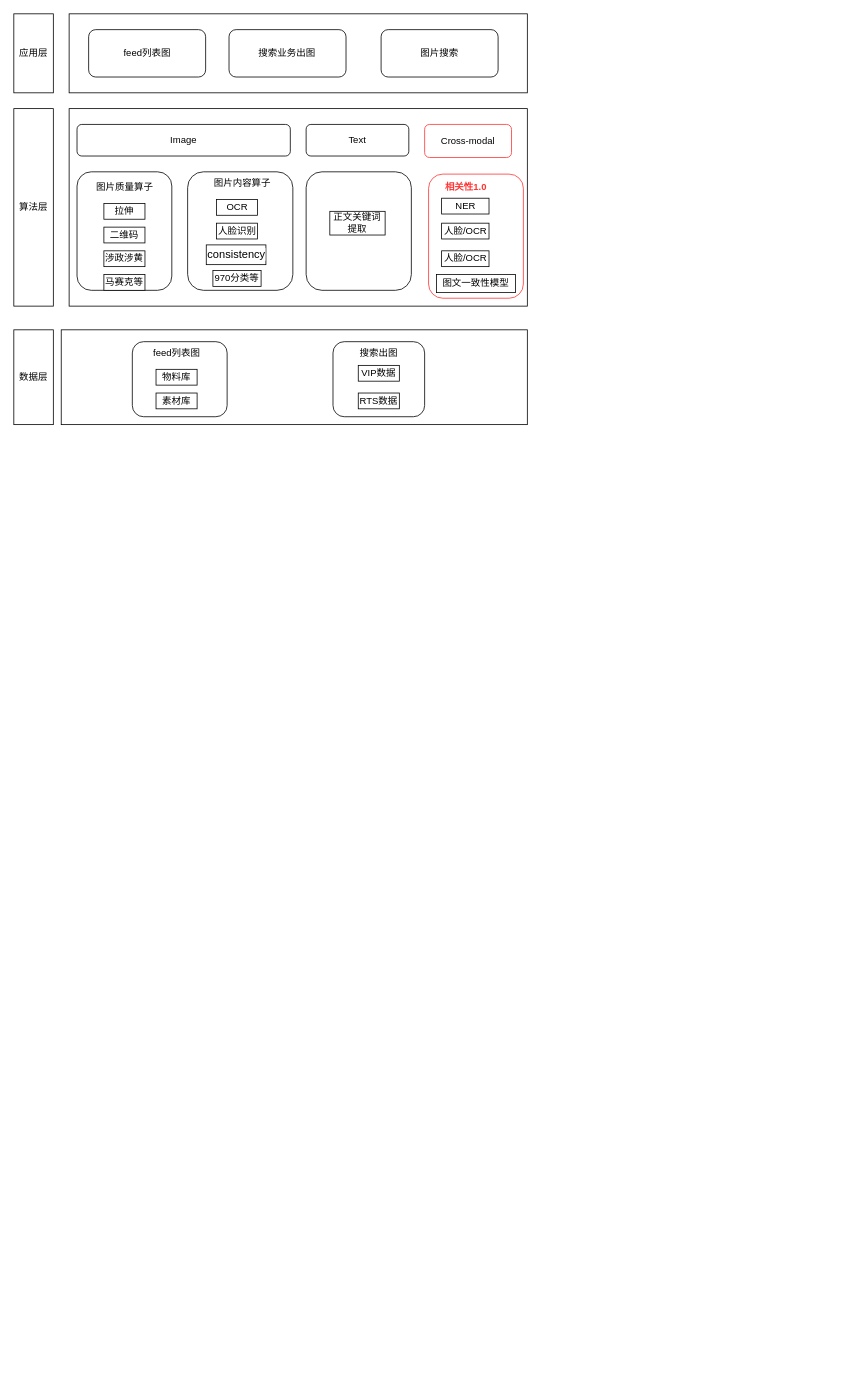
Above: Untitled Diagram.drawio in 2018liuyan/one (draw.io), before the change. Source tidied: cells renumbered, new cells numbered last; positions are measured from the earlier drawing's top-left corner, leaving out a move shared by most shapes. Both pictures are drawn from the tidied source at 79%, with x=0, y=0 at pixel (13, 13).
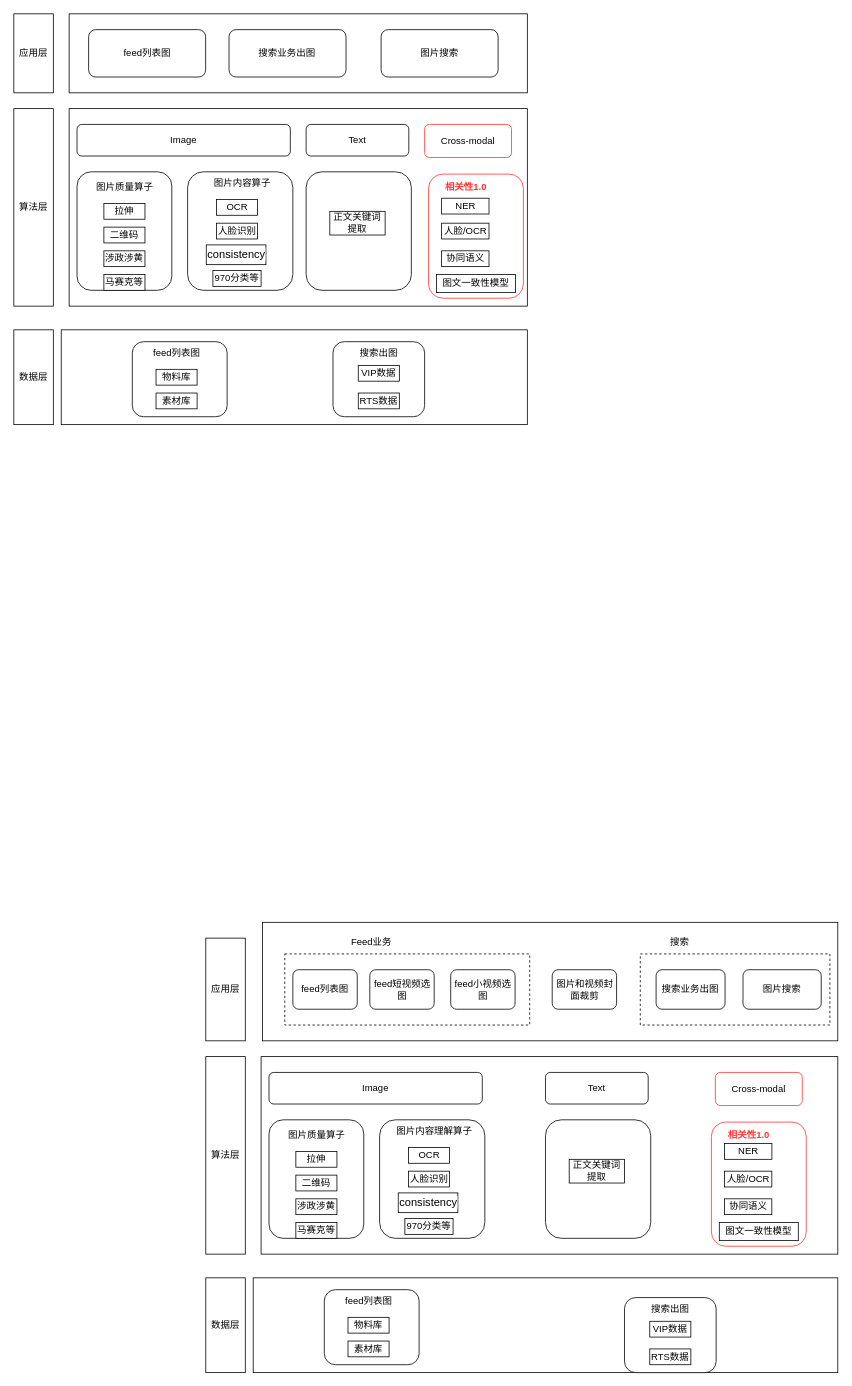
The same diagram, later.

Unchanged cells that the change refers to:
```xml
<mxCell id="31" style="rounded=1;whiteSpace=wrap;html=1;fillColor=#FFFFFF;strokeColor=#FF3333;" parent="30" vertex="1">
  <mxGeometry width="120" height="157.1" as="geometry" />
</mxCell>
```

What changed in the source:
```diff
@@
+    <mxCell id="52" style="rounded=0;whiteSpace=wrap;html=1;" parent="1" vertex="1">
+      <mxGeometry x="314.7" y="1150" width="728.3" height="150" as="geometry" />
+    </mxCell>
@@
-    <mxCell id="34" value="人脸/OCR" style="rounded=0;whiteSpace=wrap;html=1;strokeColor=#000000;fillColor=#FFFFFF;" parent="31" vertex="1">
+    <mxCell id="34" value="协同语义" style="rounded=0;whiteSpace=wrap;html=1;strokeColor=#000000;fillColor=#FFFFFF;" parent="31" vertex="1">
       <mxGeometry x="16.5" y="97.1" width="60" height="20" as="geometry" />
     </mxCell>
@@
+    <mxCell id="53" style="rounded=0;whiteSpace=wrap;html=1;" parent="1" vertex="1">
+      <mxGeometry x="313" y="1320" width="730" height="250" as="geometry" />
+    </mxCell>
+    <mxCell id="54" style="group;" parent="1" vertex="1">
+      <mxGeometry x="323" y="1340" width="273.2" height="210" as="geometry" />
+    </mxCell>
+    <mxCell id="55" style="group;" parent="54" vertex="1">
+      <mxGeometry x="140" y="60" width="133.2" height="150" as="geometry" />
+    </mxCell>
+    <mxCell id="56" style="rounded=1;whiteSpace=wrap;html=1;" parent="55" vertex="1">
+      <mxGeometry width="133.2" height="150" as="geometry" />
+    </mxCell>
+    <mxCell id="57" value="图片内容理解算子" style="text;html=1;align=center;verticalAlign=middle;strokeColor=none;fillColor=none;" parent="55" vertex="1">
+      <mxGeometry x="13.6" y="5" width="110" height="20" as="geometry" />
+    </mxCell>
+    <mxCell id="58" value="&lt;font color=&quot;#000000&quot;&gt;OCR&lt;/font&gt;" style="rounded=0;whiteSpace=wrap;html=1;fontColor=#FF3333;" parent="55" vertex="1">
+      <mxGeometry x="36.5" y="35" width="52" height="20" as="geometry" />
+    </mxCell>
+    <mxCell id="59" value="&lt;font color=&quot;#000000&quot;&gt;人脸识别&lt;/font&gt;" style="rounded=0;whiteSpace=wrap;html=1;fontColor=#FF3333;" parent="55" vertex="1">
+      <mxGeometry x="36.5" y="65" width="52" height="20" as="geometry" />
+    </mxCell>
+    <mxCell id="60" value="&lt;font color=&quot;#000000&quot;&gt;970分类等&lt;br&gt;&lt;/font&gt;" style="rounded=0;whiteSpace=wrap;html=1;fontColor=#FF3333;" parent="55" vertex="1">
+      <mxGeometry x="32" y="125" width="61" height="20" as="geometry" />
+    </mxCell>
+    <mxCell id="61" value="&lt;span style=&quot;color: rgb(0 , 0 , 0) ; font-family: &amp;#34;arial&amp;#34; , sans-serif ; font-size: 14px ; text-align: left ; background-color: rgb(255 , 255 , 255)&quot;&gt;consistency&lt;/span&gt;&lt;font color=&quot;#000000&quot;&gt;&lt;br&gt;&lt;/font&gt;" style="rounded=0;whiteSpace=wrap;html=1;fontColor=#FF3333;" parent="55" vertex="1">
+      <mxGeometry x="23.6" y="92.5" width="75.5" height="25" as="geometry" />
+    </mxCell>
+    <mxCell id="62" style="group;" parent="54" vertex="1">
+      <mxGeometry y="60" width="250" height="150" as="geometry" />
+    </mxCell>
+    <mxCell id="63" style="rounded=1;whiteSpace=wrap;html=1;" parent="62" vertex="1">
+      <mxGeometry width="120" height="150" as="geometry" />
+    </mxCell>
+    <mxCell id="64" value="图片质量算子" style="text;html=1;align=center;verticalAlign=middle;strokeColor=none;fillColor=none;" parent="62" vertex="1">
+      <mxGeometry x="15" y="10" width="90" height="20" as="geometry" />
+    </mxCell>
+    <mxCell id="65" value="&lt;font color=&quot;#000000&quot;&gt;拉伸&lt;/font&gt;" style="rounded=0;whiteSpace=wrap;html=1;fontColor=#FF3333;" parent="62" vertex="1">
+      <mxGeometry x="34" y="40" width="52" height="20" as="geometry" />
+    </mxCell>
+    <mxCell id="66" value="&lt;font color=&quot;#000000&quot;&gt;二维码&lt;/font&gt;" style="rounded=0;whiteSpace=wrap;html=1;fontColor=#FF3333;" parent="62" vertex="1">
+      <mxGeometry x="34" y="70" width="52" height="20" as="geometry" />
+    </mxCell>
+    <mxCell id="67" value="&lt;font color=&quot;#000000&quot;&gt;涉政涉黄&lt;/font&gt;" style="rounded=0;whiteSpace=wrap;html=1;fontColor=#FF3333;" parent="62" vertex="1">
+      <mxGeometry x="34" y="100" width="52" height="20" as="geometry" />
+    </mxCell>
+    <mxCell id="68" value="&lt;font color=&quot;#000000&quot;&gt;马赛克等&lt;/font&gt;" style="rounded=0;whiteSpace=wrap;html=1;fontColor=#FF3333;" parent="62" vertex="1">
+      <mxGeometry x="34" y="130" width="52" height="20" as="geometry" />
+    </mxCell>
+    <mxCell id="69" value="Image" style="rounded=1;whiteSpace=wrap;html=1;fontColor=#000000;" parent="54" vertex="1">
+      <mxGeometry width="270" height="40" as="geometry" />
+    </mxCell>
+    <mxCell id="70" style="group;" parent="1" vertex="1">
+      <mxGeometry x="673" y="1340" width="133.2" height="210" as="geometry" />
+    </mxCell>
+    <mxCell id="71" style="group;" parent="70" vertex="1">
+      <mxGeometry y="60" width="133.2" height="150" as="geometry" />
+    </mxCell>
+    <mxCell id="72" style="rounded=1;whiteSpace=wrap;html=1;" parent="71" vertex="1">
+      <mxGeometry width="133.2" height="150" as="geometry" />
+    </mxCell>
+    <mxCell id="73" value="正文关键词提取" style="rounded=0;whiteSpace=wrap;html=1;fontColor=#000000;" parent="71" vertex="1">
+      <mxGeometry x="30" y="50" width="70" height="30" as="geometry" />
+    </mxCell>
+    <mxCell id="74" value="Text" style="rounded=1;whiteSpace=wrap;html=1;fontColor=#000000;" parent="70" vertex="1">
+      <mxGeometry width="130" height="40" as="geometry" />
+    </mxCell>
+    <mxCell id="75" value="应用层" style="rounded=0;whiteSpace=wrap;html=1;fontColor=#000000;" parent="1" vertex="1">
+      <mxGeometry x="243" y="1170" width="50" height="130" as="geometry" />
+    </mxCell>
+    <mxCell id="76" value="算法层" style="rounded=0;whiteSpace=wrap;html=1;fontColor=#000000;" parent="1" vertex="1">
+      <mxGeometry x="243" y="1320" width="50" height="250" as="geometry" />
+    </mxCell>
+    <mxCell id="77" style="rounded=0;whiteSpace=wrap;html=1;fontColor=#000000;" parent="1" vertex="1">
+      <mxGeometry x="303" y="1600" width="740" height="120" as="geometry" />
+    </mxCell>
+    <mxCell id="78" value="数据层" style="rounded=0;whiteSpace=wrap;html=1;fontColor=#000000;" parent="1" vertex="1">
+      <mxGeometry x="243" y="1600" width="50" height="120" as="geometry" />
+    </mxCell>
+    <mxCell id="79" style="group;" parent="1" vertex="1">
+      <mxGeometry x="393" y="1615" width="120" height="95" as="geometry" />
+    </mxCell>
+    <mxCell id="80" style="rounded=1;whiteSpace=wrap;html=1;fontColor=#000000;" parent="79" vertex="1">
+      <mxGeometry width="120" height="95" as="geometry" />
+    </mxCell>
+    <mxCell id="81" value="feed列表图" style="text;html=1;align=center;verticalAlign=middle;strokeColor=none;fillColor=none;fontColor=#000000;" parent="79" vertex="1">
+      <mxGeometry x="21" y="5" width="70" height="20" as="geometry" />
+    </mxCell>
+    <mxCell id="82" value="&lt;font color=&quot;#000000&quot;&gt;物料库&lt;/font&gt;" style="rounded=0;whiteSpace=wrap;html=1;fontColor=#FF3333;" parent="79" vertex="1">
+      <mxGeometry x="30" y="35" width="52" height="20" as="geometry" />
+    </mxCell>
+    <mxCell id="83" value="&lt;font color=&quot;#000000&quot;&gt;素材库&lt;/font&gt;" style="rounded=0;whiteSpace=wrap;html=1;fontColor=#FF3333;" parent="79" vertex="1">
+      <mxGeometry x="30" y="65" width="52" height="20" as="geometry" />
+    </mxCell>
+    <mxCell id="84" style="group;" parent="1" vertex="1">
+      <mxGeometry x="773" y="1625" width="116" height="95" as="geometry" />
+    </mxCell>
+    <mxCell id="85" style="rounded=1;whiteSpace=wrap;html=1;fontColor=#000000;" parent="84" vertex="1">
+      <mxGeometry width="116" height="95" as="geometry" />
+    </mxCell>
+    <mxCell id="86" value="搜索出图" style="text;html=1;strokeColor=none;fillColor=none;align=center;verticalAlign=middle;whiteSpace=wrap;rounded=0;fontColor=#000000;" parent="84" vertex="1">
+      <mxGeometry x="28" width="60" height="30" as="geometry" />
+    </mxCell>
+    <mxCell id="87" value="&lt;font color=&quot;#000000&quot;&gt;VIP数据&lt;/font&gt;" style="rounded=0;whiteSpace=wrap;html=1;fontColor=#FF3333;" parent="84" vertex="1">
+      <mxGeometry x="32" y="30" width="52" height="20" as="geometry" />
+    </mxCell>
+    <mxCell id="88" value="&lt;font color=&quot;#000000&quot;&gt;RTS数据&lt;br&gt;&lt;/font&gt;" style="rounded=0;whiteSpace=wrap;html=1;fontColor=#FF3333;" parent="84" vertex="1">
+      <mxGeometry x="32" y="65" width="52" height="20" as="geometry" />
+    </mxCell>
+    <mxCell id="89" value="Feed业务" style="text;html=1;strokeColor=none;fillColor=none;align=center;verticalAlign=middle;whiteSpace=wrap;rounded=0;dashed=1;" parent="1" vertex="1">
+      <mxGeometry x="423" y="1160" width="60" height="30" as="geometry" />
+    </mxCell>
+    <mxCell id="90" style="rounded=0;whiteSpace=wrap;html=1;dashed=1;" parent="1" vertex="1">
+      <mxGeometry x="793" y="1190" width="240" height="90" as="geometry" />
+    </mxCell>
+    <mxCell id="91" style="rounded=0;whiteSpace=wrap;html=1;dashed=1;" parent="1" vertex="1">
+      <mxGeometry x="343" y="1190" width="310" height="90" as="geometry" />
+    </mxCell>
+    <mxCell id="92" value="feed列表图" style="rounded=1;whiteSpace=wrap;html=1;" parent="1" vertex="1">
+      <mxGeometry x="353.2" y="1210" width="81.5" height="50" as="geometry" />
+    </mxCell>
+    <mxCell id="93" value="feed短视频选图" style="rounded=1;whiteSpace=wrap;html=1;" parent="1" vertex="1">
+      <mxGeometry x="450.6" y="1210" width="81.5" height="50" as="geometry" />
+    </mxCell>
+    <mxCell id="94" value="feed小视频选图" style="rounded=1;whiteSpace=wrap;html=1;" parent="1" vertex="1">
+      <mxGeometry x="553" y="1210" width="81.5" height="50" as="geometry" />
+    </mxCell>
+    <mxCell id="95" value="搜索业务出图" style="rounded=1;whiteSpace=wrap;html=1;" parent="1" vertex="1">
+      <mxGeometry x="813" y="1210" width="87.3" height="50" as="geometry" />
+    </mxCell>
+    <mxCell id="96" value="图片搜索" style="rounded=1;whiteSpace=wrap;html=1;" parent="1" vertex="1">
+      <mxGeometry x="923" y="1210" width="99" height="50" as="geometry" />
+    </mxCell>
+    <mxCell id="97" value="搜索" style="text;html=1;strokeColor=none;fillColor=none;align=center;verticalAlign=middle;whiteSpace=wrap;rounded=0;dashed=1;" parent="1" vertex="1">
+      <mxGeometry x="813" y="1160" width="60" height="30" as="geometry" />
+    </mxCell>
+    <mxCell id="98" value="图片和视频封面裁剪" style="rounded=1;whiteSpace=wrap;html=1;" parent="1" vertex="1">
+      <mxGeometry x="681.5" y="1210" width="81.5" height="50" as="geometry" />
+    </mxCell>
+    <mxCell id="99" style="rounded=1;whiteSpace=wrap;html=1;fillColor=#FFFFFF;strokeColor=#FF3333;" parent="1" vertex="1">
+      <mxGeometry x="883" y="1402.9" width="120" height="157.1" as="geometry" />
+    </mxCell>
+    <mxCell id="100" value="&lt;font color=&quot;#ff3333&quot;&gt;&lt;b&gt;相关性1.0&lt;/b&gt;&lt;/font&gt;" style="text;html=1;align=center;verticalAlign=middle;strokeColor=none;fillColor=none;" parent="99" vertex="1">
+      <mxGeometry x="11.6" y="7.1" width="70" height="20" as="geometry" />
+    </mxCell>
+    <mxCell id="101" value="人脸/OCR" style="rounded=0;whiteSpace=wrap;html=1;strokeColor=#000000;fillColor=#FFFFFF;" parent="99" vertex="1">
+      <mxGeometry x="16.5" y="62.1" width="60" height="20" as="geometry" />
+    </mxCell>
+    <mxCell id="102" value="协同语义" style="rounded=0;whiteSpace=wrap;html=1;strokeColor=#000000;fillColor=#FFFFFF;" parent="99" vertex="1">
+      <mxGeometry x="16.5" y="97.1" width="60" height="20" as="geometry" />
+    </mxCell>
+    <mxCell id="103" value="图文一致性模型" style="rounded=0;whiteSpace=wrap;html=1;strokeColor=#000000;fillColor=#FFFFFF;" parent="99" vertex="1">
+      <mxGeometry x="10" y="127.1" width="100" height="22.9" as="geometry" />
+    </mxCell>
+    <mxCell id="104" value="NER" style="rounded=0;whiteSpace=wrap;html=1;strokeColor=#000000;fillColor=#FFFFFF;" parent="99" vertex="1">
+      <mxGeometry x="16.6" y="27.1" width="60" height="20" as="geometry" />
+    </mxCell>
+    <mxCell id="105" value="Cross-modal" style="rounded=1;whiteSpace=wrap;html=1;fillColor=#FFFFFF;strokeColor=#FF3333;" parent="1" vertex="1">
+      <mxGeometry x="888" y="1340" width="110" height="41.9" as="geometry" />
+    </mxCell>
```
